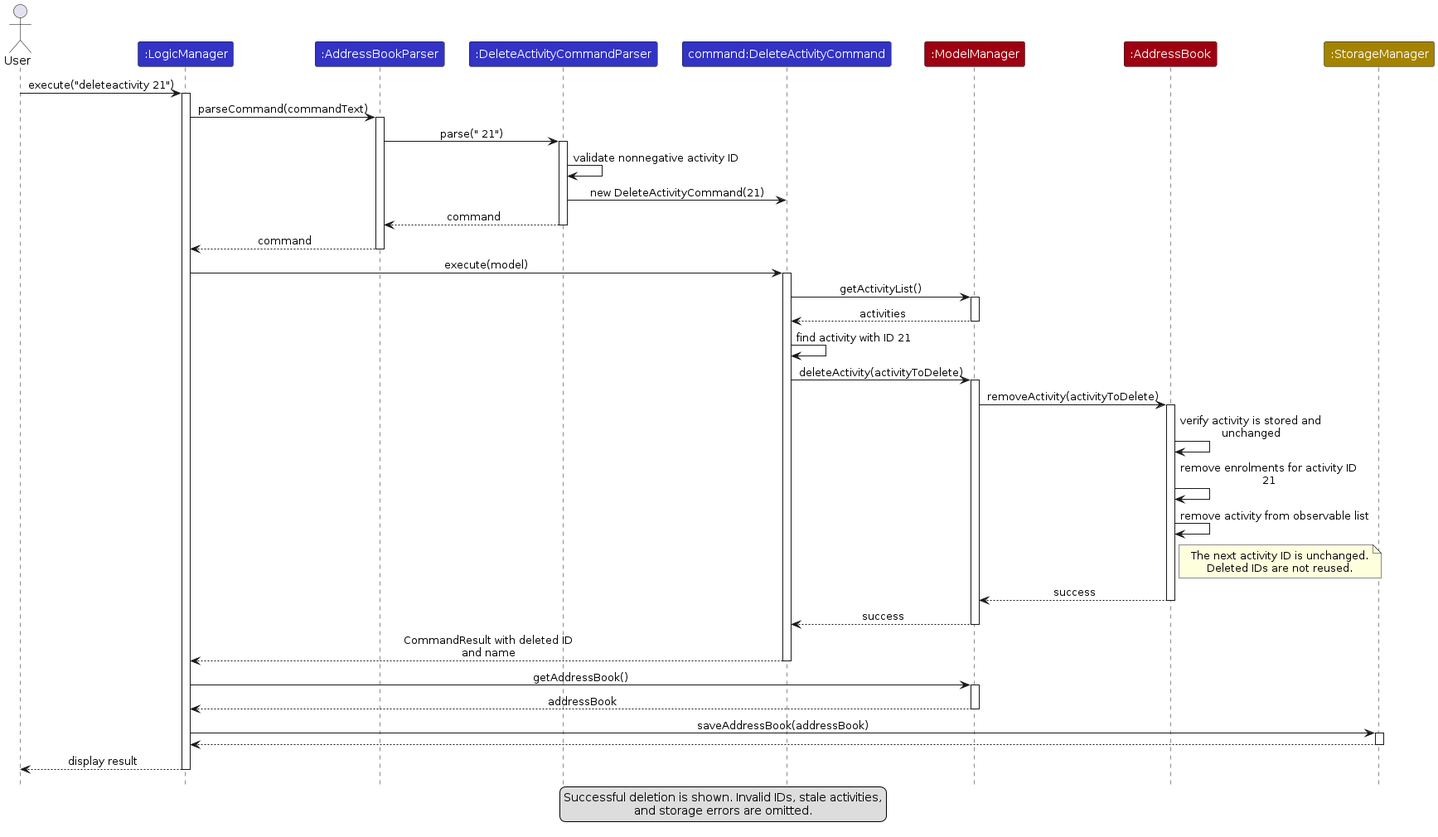
Before: diagrams/DeleteActivitySequenceDiagram.png, a diagram exported from PlantUML (AY2627S1-CS2103T-T15-4/tp). Its source is kept beside it as diagrams/DeleteActivitySequenceDiagram.puml. Source of this version:
```plantuml
@startuml
!include style.puml
skinparam ArrowFontStyle plain
skinparam ParticipantFontColor #FFFFFF
skinparam maxMessageSize 230

actor User
participant ":LogicManager" as Logic LOGIC_COLOR
participant ":AddressBookParser" as Router LOGIC_COLOR
participant ":DeleteActivityCommandParser" as Parser LOGIC_COLOR
participant "command:DeleteActivityCommand" as Command LOGIC_COLOR
participant ":ModelManager" as Model MODEL_COLOR
participant ":AddressBook" as Book MODEL_COLOR
participant ":StorageManager" as Storage STORAGE_COLOR

User -> Logic : execute("deleteactivity 21")
activate Logic
Logic -> Router : parseCommand(commandText)
activate Router
Router -> Parser : parse(" 21")
activate Parser
Parser -> Parser : validate nonnegative activity ID
Parser -> Command : new DeleteActivityCommand(21)
Parser --> Router : command
deactivate Parser
Router --> Logic : command
deactivate Router

Logic -> Command : execute(model)
activate Command
Command -> Model : getActivityList()
activate Model
Model --> Command : activities
deactivate Model
Command -> Command : find activity with ID 21
Command -> Model : deleteActivity(activityToDelete)
activate Model
Model -> Book : removeActivity(activityToDelete)
activate Book
Book -> Book : verify activity is stored and unchanged
Book -> Book : remove enrolments for activity ID 21
Book -> Book : remove activity from observable list
note right of Book
  The next activity ID is unchanged.
  Deleted IDs are not reused.
end note
Book --> Model : success
deactivate Book
Model --> Command : success
deactivate Model
Command --> Logic : CommandResult with deleted ID and name
deactivate Command

Logic -> Model : getAddressBook()
activate Model
Model --> Logic : addressBook
deactivate Model
Logic -> Storage : saveAddressBook(addressBook)
activate Storage
Storage --> Logic
deactivate Storage
Logic --> User : display result
deactivate Logic

legend bottom
  Successful deletion is shown. Invalid IDs, stale activities,
  and storage errors are omitted.
endlegend
@enduml
```
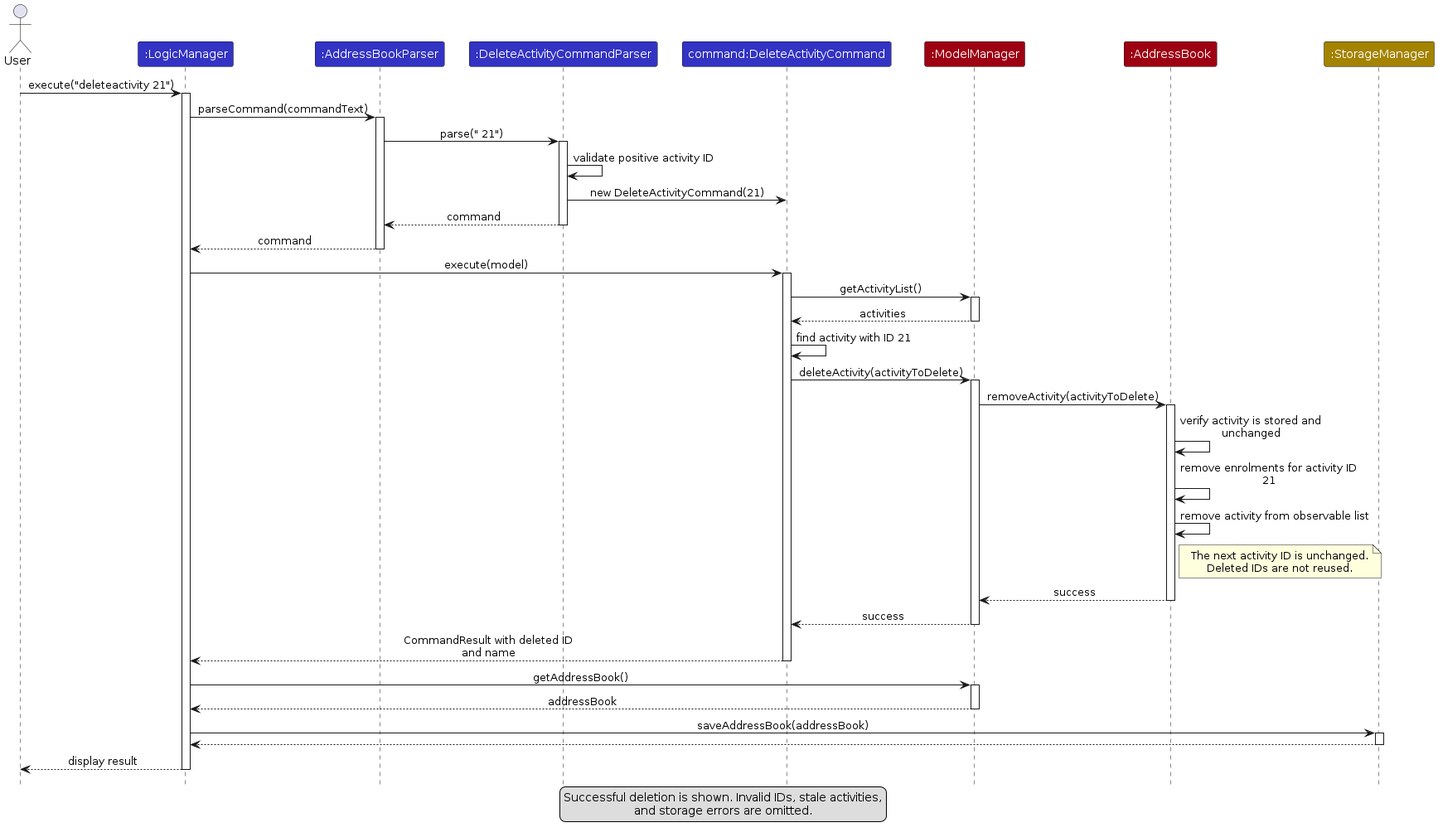
After the commit.

Diff of the diagram source:
```diff
@@ -19,7 +19,7 @@
 activate Router
 Router -> Parser : parse(" 21")
 activate Parser
-Parser -> Parser : validate nonnegative activity ID
+Parser -> Parser : validate positive activity ID
 Parser -> Command : new DeleteActivityCommand(21)
 Parser --> Router : command
 deactivate Parser
```
